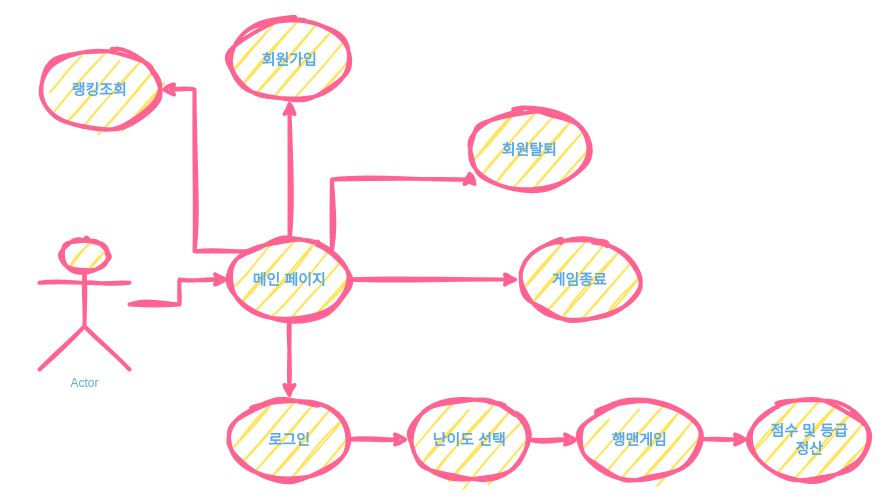
beomsu-j/bigdata keeps this draw.io diagram as 유슼.drawio. Above is the earlier version. Source tidied: cells renumbered, new cells numbered last; positions are measured from the earlier drawing's top-left corner, leaving out a move shared by most shapes. Both pictures are drawn from the tidied source at 100%, with x=0, y=0 at pixel (39, 19).
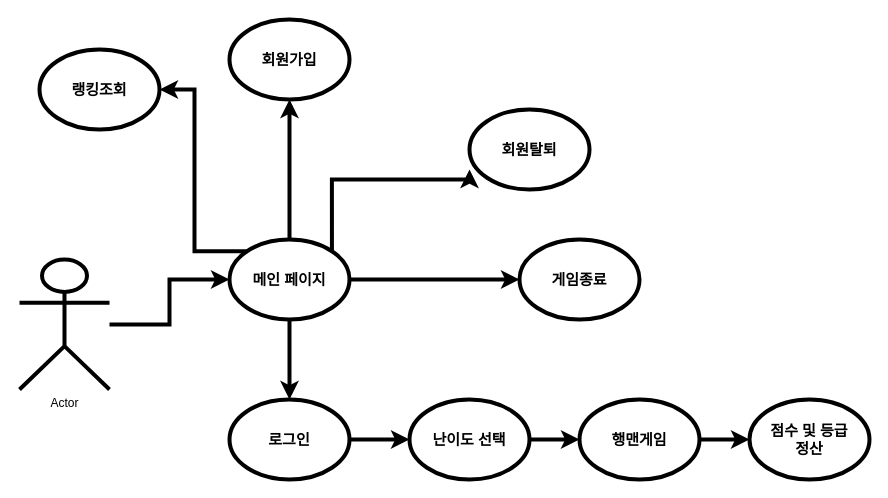
The same diagram, later.

Commit message:
유슼.drawio 업데이트

What changed in the source:
```diff
@@
-    <mxCell id="2" style="edgeStyle=orthogonalEdgeStyle;rounded=0;jettySize=auto;html=1;strokeWidth=4;sketch=1;curveFitting=1;jiggle=2;labelBackgroundColor=none;strokeColor=#FF6392;fontColor=default;" parent="1" edge="1" source="3" target="8">
+    <mxCell id="2" style="edgeStyle=orthogonalEdgeStyle;rounded=0;jettySize=auto;html=1;strokeWidth=4;labelBackgroundColor=none;fontColor=default;" parent="1" edge="1" source="3" target="8">
       <mxGeometry relative="1" as="geometry" />
     </mxCell>
-    <mxCell id="3" value="Actor" style="shape=umlActor;verticalLabelPosition=bottom;verticalAlign=top;html=1;outlineConnect=0;strokeWidth=4;sketch=1;curveFitting=1;jiggle=2;labelBackgroundColor=none;fillColor=#FFE45E;strokeColor=#FF6392;fontColor=#5AA9E6;" parent="1" vertex="1">
-      <mxGeometry y="220" width="90" height="130" as="geometry" />
+    <mxCell id="3" value="Actor" style="shape=umlActor;verticalLabelPosition=bottom;verticalAlign=top;html=1;outlineConnect=0;strokeWidth=4;labelBackgroundColor=none;" parent="1" vertex="1">
+      <mxGeometry x="-20" y="240" width="90" height="130" as="geometry" />
     </mxCell>
-    <mxCell id="4" style="edgeStyle=orthogonalEdgeStyle;rounded=0;jettySize=auto;html=1;strokeWidth=4;sketch=1;curveFitting=1;jiggle=2;labelBackgroundColor=none;strokeColor=#FF6392;fontColor=default;" parent="1" edge="1" source="8" target="10">
+    <mxCell id="4" style="edgeStyle=orthogonalEdgeStyle;rounded=0;jettySize=auto;html=1;strokeWidth=4;labelBackgroundColor=none;fontColor=default;" parent="1" edge="1" source="8" target="10">
       <mxGeometry relative="1" as="geometry" />
     </mxCell>
-    <mxCell id="5" style="edgeStyle=orthogonalEdgeStyle;rounded=0;jettySize=auto;html=1;strokeWidth=4;sketch=1;curveFitting=1;jiggle=2;labelBackgroundColor=none;strokeColor=#FF6392;fontColor=default;" parent="1" edge="1" source="8" target="16">
+    <mxCell id="5" style="edgeStyle=orthogonalEdgeStyle;rounded=0;jettySize=auto;html=1;strokeWidth=4;labelBackgroundColor=none;fontColor=default;" parent="1" edge="1" source="8" target="16">
       <mxGeometry relative="1" as="geometry" />
     </mxCell>
-    <mxCell id="6" style="edgeStyle=orthogonalEdgeStyle;rounded=0;jettySize=auto;html=1;strokeWidth=4;sketch=1;curveFitting=1;jiggle=2;labelBackgroundColor=none;strokeColor=#FF6392;fontColor=default;" parent="1" edge="1" source="8" target="18">
+    <mxCell id="6" style="edgeStyle=orthogonalEdgeStyle;rounded=0;jettySize=auto;html=1;strokeWidth=4;labelBackgroundColor=none;fontColor=default;" parent="1" edge="1" source="8" target="18">
       <mxGeometry relative="1" as="geometry" />
     </mxCell>
-    <mxCell id="7" style="edgeStyle=orthogonalEdgeStyle;rounded=0;jettySize=auto;html=1;exitX=0;exitY=0;exitDx=0;exitDy=0;entryX=1;entryY=0.5;entryDx=0;entryDy=0;strokeWidth=4;sketch=1;curveFitting=1;jiggle=2;labelBackgroundColor=none;strokeColor=#FF6392;fontColor=default;" parent="1" edge="1" source="8" target="19">
+    <mxCell id="7" style="edgeStyle=orthogonalEdgeStyle;rounded=0;jettySize=auto;html=1;exitX=0;exitY=0;exitDx=0;exitDy=0;entryX=1;entryY=0.5;entryDx=0;entryDy=0;strokeWidth=4;labelBackgroundColor=none;fontColor=default;" parent="1" edge="1" source="8" target="19">
       <mxGeometry relative="1" as="geometry" />
     </mxCell>
-    <mxCell id="8" value="&lt;font style=&quot;font-size: 15px;&quot;&gt;&lt;b&gt;메인 페이지&lt;/b&gt;&lt;/font&gt;" style="ellipse;whiteSpace=wrap;html=1;strokeWidth=4;sketch=1;curveFitting=1;jiggle=2;labelBackgroundColor=none;fillColor=#FFE45E;strokeColor=#FF6392;fontColor=#5AA9E6;" parent="1" vertex="1">
+    <mxCell id="8" value="&lt;font style=&quot;font-size: 15px;&quot;&gt;&lt;b&gt;메인 페이지&lt;/b&gt;&lt;/font&gt;" style="ellipse;whiteSpace=wrap;html=1;strokeWidth=4;labelBackgroundColor=none;" parent="1" vertex="1">
       <mxGeometry x="190" y="220" width="120" height="80" as="geometry" />
     </mxCell>
-    <mxCell id="9" style="edgeStyle=orthogonalEdgeStyle;rounded=0;jettySize=auto;html=1;strokeWidth=4;sketch=1;curveFitting=1;jiggle=2;labelBackgroundColor=none;strokeColor=#FF6392;fontColor=default;" parent="1" edge="1" source="10" target="12">
+    <mxCell id="9" style="edgeStyle=orthogonalEdgeStyle;rounded=0;jettySize=auto;html=1;strokeWidth=4;labelBackgroundColor=none;fontColor=default;" parent="1" edge="1" source="10" target="12">
       <mxGeometry relative="1" as="geometry" />
     </mxCell>
-    <mxCell id="10" value="&lt;b&gt;&lt;font style=&quot;font-size: 15px;&quot;&gt;로그인&lt;/font&gt;&lt;/b&gt;" style="ellipse;whiteSpace=wrap;html=1;strokeWidth=4;sketch=1;curveFitting=1;jiggle=2;labelBackgroundColor=none;fillColor=#FFE45E;strokeColor=#FF6392;fontColor=#5AA9E6;" parent="1" vertex="1">
+    <mxCell id="10" value="&lt;b&gt;&lt;font style=&quot;font-size: 15px;&quot;&gt;로그인&lt;/font&gt;&lt;/b&gt;" style="ellipse;whiteSpace=wrap;html=1;strokeWidth=4;labelBackgroundColor=none;" parent="1" vertex="1">
       <mxGeometry x="190" y="380" width="120" height="80" as="geometry" />
     </mxCell>
-    <mxCell id="11" style="edgeStyle=orthogonalEdgeStyle;rounded=0;jettySize=auto;html=1;strokeWidth=4;sketch=1;curveFitting=1;jiggle=2;labelBackgroundColor=none;strokeColor=#FF6392;fontColor=default;" parent="1" edge="1" source="12" target="14">
+    <mxCell id="11" style="edgeStyle=orthogonalEdgeStyle;rounded=0;jettySize=auto;html=1;strokeWidth=4;labelBackgroundColor=none;fontColor=default;" parent="1" edge="1" source="12" target="14">
       <mxGeometry relative="1" as="geometry" />
     </mxCell>
-    <mxCell id="12" value="&lt;b&gt;&lt;font style=&quot;font-size: 15px;&quot;&gt;난이도 선택&lt;/font&gt;&lt;/b&gt;" style="ellipse;whiteSpace=wrap;html=1;strokeWidth=4;sketch=1;curveFitting=1;jiggle=2;labelBackgroundColor=none;fillColor=#FFE45E;strokeColor=#FF6392;fontColor=#5AA9E6;" parent="1" vertex="1">
+    <mxCell id="12" value="&lt;b&gt;&lt;font style=&quot;font-size: 15px;&quot;&gt;난이도 선택&lt;/font&gt;&lt;/b&gt;" style="ellipse;whiteSpace=wrap;html=1;strokeWidth=4;labelBackgroundColor=none;" parent="1" vertex="1">
       <mxGeometry x="370" y="380" width="120" height="80" as="geometry" />
     </mxCell>
-    <mxCell id="13" style="edgeStyle=orthogonalEdgeStyle;rounded=0;jettySize=auto;html=1;strokeWidth=4;sketch=1;curveFitting=1;jiggle=2;labelBackgroundColor=none;strokeColor=#FF6392;fontColor=default;" parent="1" edge="1" source="14" target="15">
+    <mxCell id="13" style="edgeStyle=orthogonalEdgeStyle;rounded=0;jettySize=auto;html=1;strokeWidth=4;labelBackgroundColor=none;fontColor=default;" parent="1" edge="1" source="14" target="15">
       <mxGeometry relative="1" as="geometry" />
     </mxCell>
-    <mxCell id="14" value="&lt;b&gt;&lt;font style=&quot;font-size: 15px;&quot;&gt;행맨게임&lt;/font&gt;&lt;/b&gt;" style="ellipse;whiteSpace=wrap;html=1;strokeWidth=4;sketch=1;curveFitting=1;jiggle=2;labelBackgroundColor=none;fillColor=#FFE45E;strokeColor=#FF6392;fontColor=#5AA9E6;" parent="1" vertex="1">
+    <mxCell id="14" value="&lt;b&gt;&lt;font style=&quot;font-size: 15px;&quot;&gt;행맨게임&lt;/font&gt;&lt;/b&gt;" style="ellipse;whiteSpace=wrap;html=1;strokeWidth=4;labelBackgroundColor=none;" parent="1" vertex="1">
       <mxGeometry x="540" y="380" width="120" height="80" as="geometry" />
     </mxCell>
-    <mxCell id="15" value="&lt;b style=&quot;font-size: 15px;&quot;&gt;점수 및 등급&lt;br&gt;정산&lt;/b&gt;" style="ellipse;whiteSpace=wrap;html=1;strokeWidth=4;sketch=1;curveFitting=1;jiggle=2;labelBackgroundColor=none;fillColor=#FFE45E;strokeColor=#FF6392;fontColor=#5AA9E6;" parent="1" vertex="1">
+    <mxCell id="15" value="&lt;b style=&quot;font-size: 15px;&quot;&gt;점수 및 등급&lt;br&gt;정산&lt;/b&gt;" style="ellipse;whiteSpace=wrap;html=1;strokeWidth=4;labelBackgroundColor=none;" parent="1" vertex="1">
       <mxGeometry x="710" y="380" width="120" height="80" as="geometry" />
     </mxCell>
-    <mxCell id="16" value="&lt;b&gt;&lt;font style=&quot;font-size: 15px;&quot;&gt;게임종료&lt;/font&gt;&lt;/b&gt;" style="ellipse;whiteSpace=wrap;html=1;strokeWidth=4;sketch=1;curveFitting=1;jiggle=2;labelBackgroundColor=none;fillColor=#FFE45E;strokeColor=#FF6392;fontColor=#5AA9E6;" parent="1" vertex="1">
+    <mxCell id="16" value="&lt;b&gt;&lt;font style=&quot;font-size: 15px;&quot;&gt;게임종료&lt;/font&gt;&lt;/b&gt;" style="ellipse;whiteSpace=wrap;html=1;strokeWidth=4;labelBackgroundColor=none;" parent="1" vertex="1">
       <mxGeometry x="480" y="220" width="120" height="80" as="geometry" />
     </mxCell>
-    <mxCell id="17" value="&lt;b&gt;&lt;font style=&quot;font-size: 15px;&quot;&gt;회원탈퇴&lt;/font&gt;&lt;/b&gt;" style="ellipse;whiteSpace=wrap;html=1;strokeWidth=4;sketch=1;curveFitting=1;jiggle=2;labelBackgroundColor=none;fillColor=#FFE45E;strokeColor=#FF6392;fontColor=#5AA9E6;" parent="1" vertex="1">
+    <mxCell id="17" value="&lt;b&gt;&lt;font style=&quot;font-size: 15px;&quot;&gt;회원탈퇴&lt;/font&gt;&lt;/b&gt;" style="ellipse;whiteSpace=wrap;html=1;strokeWidth=4;labelBackgroundColor=none;" parent="1" vertex="1">
       <mxGeometry x="430" y="90" width="120" height="80" as="geometry" />
     </mxCell>
-    <mxCell id="18" value="&lt;b&gt;&lt;font style=&quot;font-size: 15px;&quot;&gt;회원가입&lt;/font&gt;&lt;/b&gt;" style="ellipse;whiteSpace=wrap;html=1;strokeWidth=4;sketch=1;curveFitting=1;jiggle=2;labelBackgroundColor=none;fillColor=#FFE45E;strokeColor=#FF6392;fontColor=#5AA9E6;" parent="1" vertex="1">
+    <mxCell id="18" value="&lt;b&gt;&lt;font style=&quot;font-size: 15px;&quot;&gt;회원가입&lt;/font&gt;&lt;/b&gt;" style="ellipse;whiteSpace=wrap;html=1;strokeWidth=4;labelBackgroundColor=none;" parent="1" vertex="1">
       <mxGeometry x="190" width="120" height="80" as="geometry" />
     </mxCell>
-    <mxCell id="19" value="&lt;font style=&quot;font-size: 15px;&quot;&gt;&lt;b&gt;랭킹조회&lt;/b&gt;&lt;/font&gt;" style="ellipse;whiteSpace=wrap;html=1;strokeWidth=4;sketch=1;curveFitting=1;jiggle=2;labelBackgroundColor=none;fillColor=#FFE45E;strokeColor=#FF6392;fontColor=#5AA9E6;" parent="1" vertex="1">
+    <mxCell id="19" value="&lt;font style=&quot;font-size: 15px;&quot;&gt;&lt;b&gt;랭킹조회&lt;/b&gt;&lt;/font&gt;" style="ellipse;whiteSpace=wrap;html=1;strokeWidth=4;labelBackgroundColor=none;" parent="1" vertex="1">
       <mxGeometry y="30" width="120" height="80" as="geometry" />
     </mxCell>
-    <mxCell id="20" style="edgeStyle=orthogonalEdgeStyle;rounded=0;jettySize=auto;html=1;exitX=1;exitY=0;exitDx=0;exitDy=0;entryX=0;entryY=0.75;entryDx=0;entryDy=0;entryPerimeter=0;strokeWidth=4;sketch=1;curveFitting=1;jiggle=2;labelBackgroundColor=none;strokeColor=#FF6392;fontColor=default;" parent="1" edge="1" source="8" target="17">
+    <mxCell id="20" style="edgeStyle=orthogonalEdgeStyle;rounded=0;jettySize=auto;html=1;exitX=1;exitY=0;exitDx=0;exitDy=0;entryX=0;entryY=0.75;entryDx=0;entryDy=0;entryPerimeter=0;strokeWidth=4;labelBackgroundColor=none;fontColor=default;" parent="1" edge="1" source="8" target="17">
       <mxGeometry relative="1" as="geometry">
         <Array as="points">
           <mxPoint x="292" y="160" />
           <mxPoint x="430" y="160" />
         </Array>
       </mxGeometry>
     </mxCell>
```
